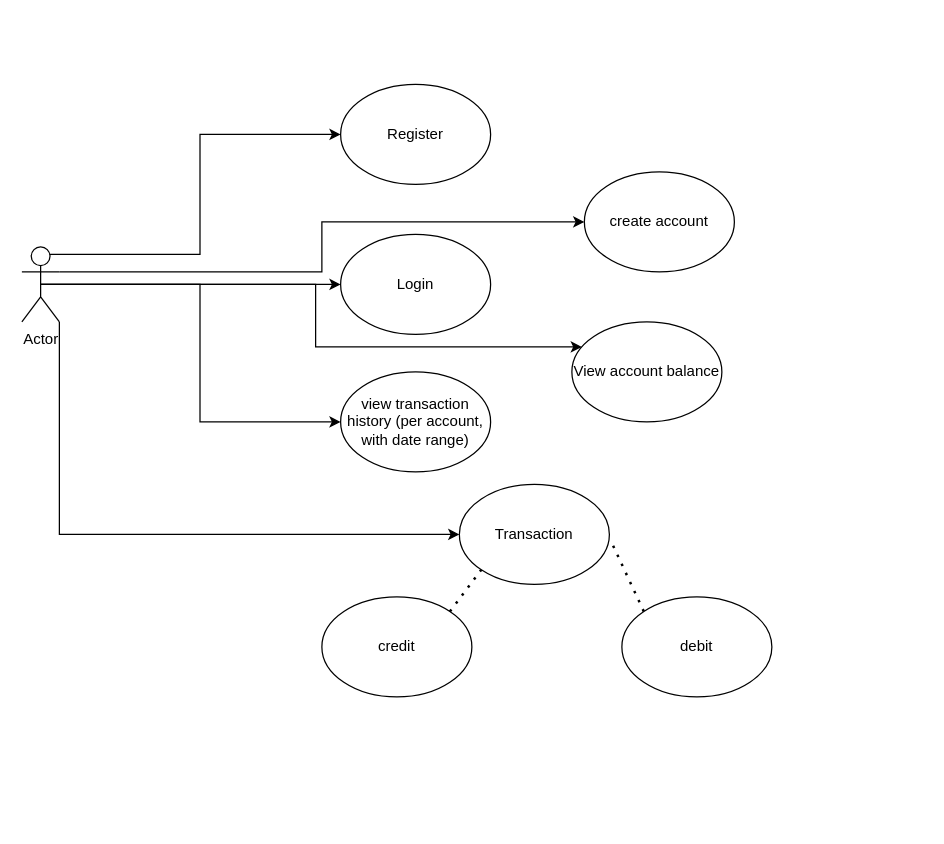
The draw.io diagram meCash-usecase.drawio in princeobi007/meCash, before the edit. Source tidied: cells renumbered, new cells numbered last; positions are measured from the earlier drawing's top-left corner, leaving out a move shared by most shapes. Both pictures are drawn from the tidied source at 125%, with x=0, y=0 at pixel (21, 84).
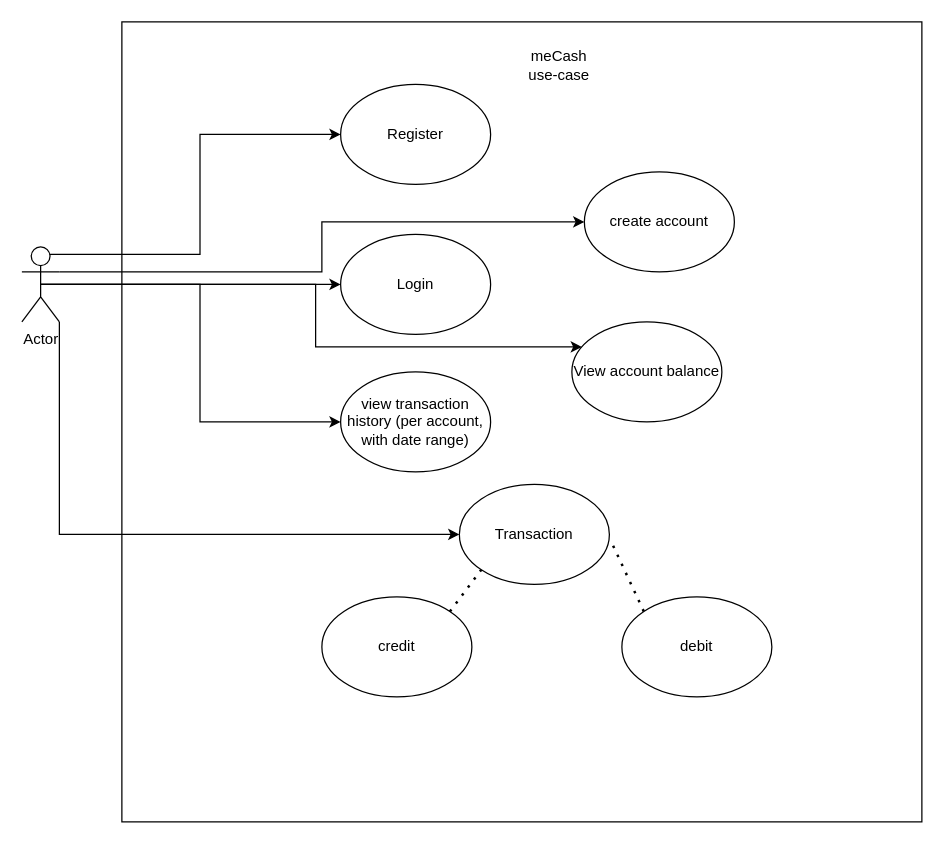
The same page after the edit.

What changed in the source:
```diff
@@
+    <mxCell id="19" style="whiteSpace=wrap;html=1;" parent="1" vertex="1">
+      <mxGeometry x="80" y="-50" width="640" height="640" as="geometry" />
+    </mxCell>
@@
+    <mxCell id="20" value="meCash use-case" style="text;html=1;align=center;verticalAlign=middle;whiteSpace=wrap;rounded=0;" parent="1" vertex="1">
+      <mxGeometry x="400" y="-30" width="60" height="30" as="geometry" />
+    </mxCell>
```
